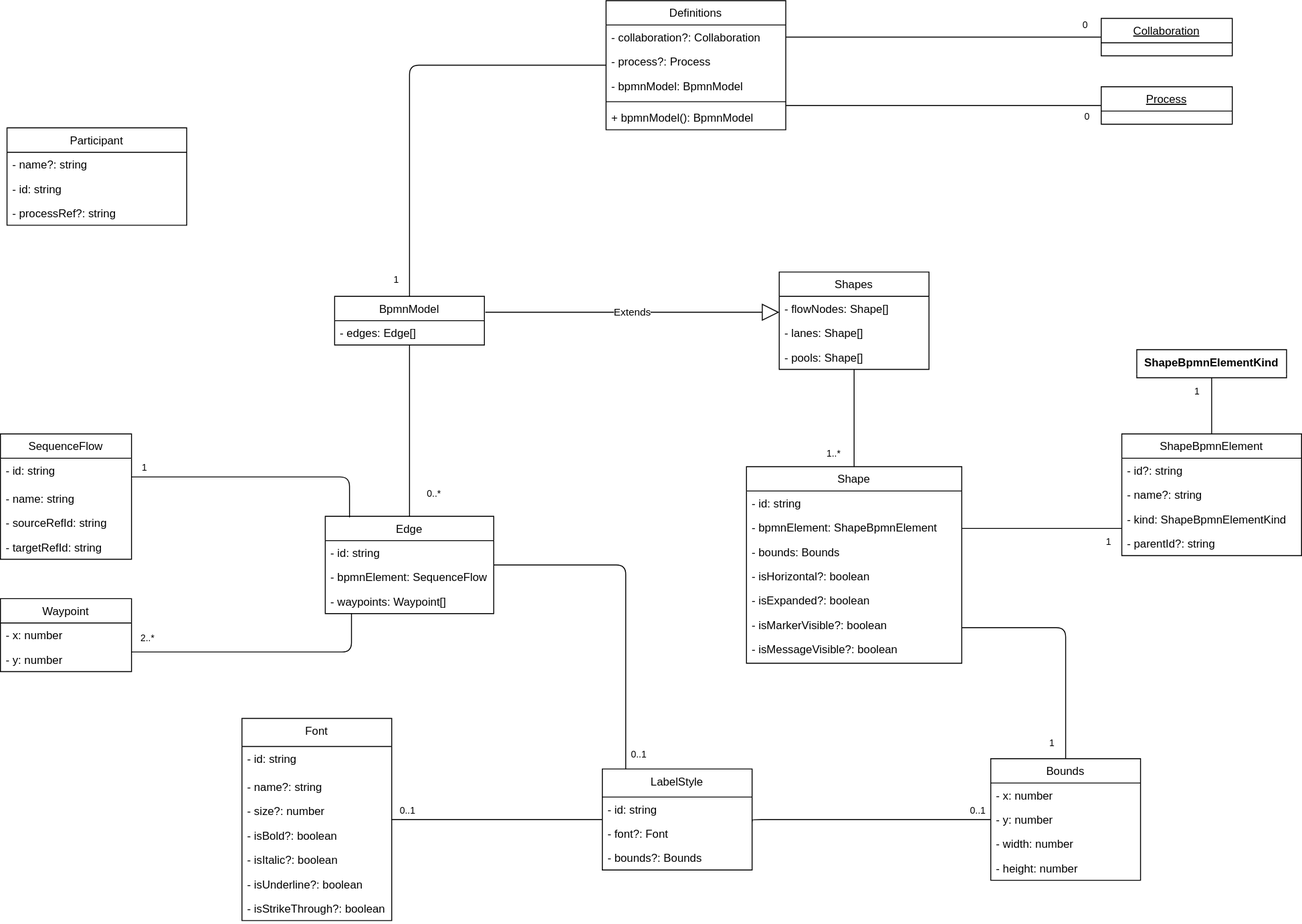
Before: docs/architecture/images/architecture/internal-model.svg, a diagram exported from draw.io (process-analytics/bpmn-visualization-js). Source tidied: cells renumbered, new cells last; positions are measured from the earlier drawing's top-left corner, leaving out a move shared by most shapes.
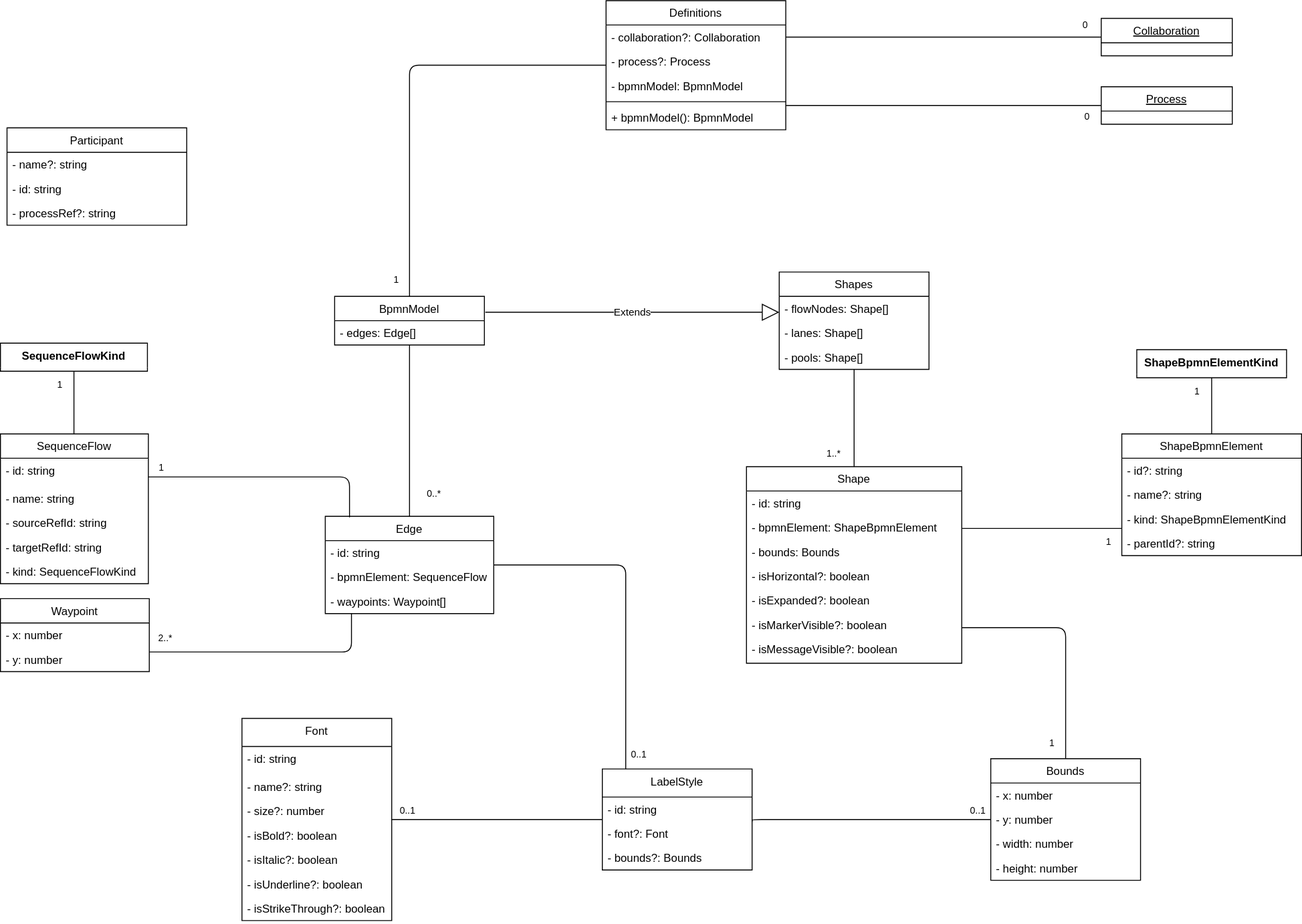
Later version of the same file.

Commit message:
[FEAT] Display Conditional Sequence flow (#257)

The edit, as a diff of the source:
```diff
@@ -235,29 +235,32 @@
       <mxGeometry y="190" width="160" height="26" as="geometry" />
     </mxCell>
     <mxCell id="59" value="Waypoint" style="swimlane;fontStyle=0;horizontal=1;startSize=26;fillColor=none;shadow=0;" parent="1" vertex="1">
-      <mxGeometry y="639" width="140" height="78" as="geometry" />
+      <mxGeometry y="639" width="159" height="78" as="geometry" />
     </mxCell>
     <mxCell id="60" value="- x: number" style="text;strokeColor=none;fillColor=none;align=left;verticalAlign=top;spacingLeft=4;spacingRight=4;overflow=hidden;shadow=0;" parent="59" vertex="1">
-      <mxGeometry y="26" width="140" height="26" as="geometry" />
+      <mxGeometry y="26" width="159" height="26" as="geometry" />
     </mxCell>
     <mxCell id="61" value="- y: number" style="text;strokeColor=none;fillColor=none;align=left;verticalAlign=top;spacingLeft=4;spacingRight=4;overflow=hidden;shadow=0;" parent="59" vertex="1">
-      <mxGeometry y="52" width="140" height="26" as="geometry" />
+      <mxGeometry y="52" width="159" height="26" as="geometry" />
     </mxCell>
     <mxCell id="62" value="SequenceFlow" style="swimlane;fontStyle=0;horizontal=1;startSize=26;fillColor=none;shadow=0;" parent="1" vertex="1">
-      <mxGeometry y="463" width="140" height="134" as="geometry" />
+      <mxGeometry y="463" width="158" height="160" as="geometry" />
     </mxCell>
     <mxCell id="63" value="- id: string" style="text;strokeColor=none;fillColor=none;align=left;verticalAlign=top;spacingLeft=4;spacingRight=4;overflow=hidden;shadow=0;" parent="62" vertex="1">
-      <mxGeometry y="26" width="140" height="30" as="geometry" />
+      <mxGeometry y="26" width="158" height="30" as="geometry" />
     </mxCell>
     <mxCell id="64" value="- name: string" style="text;strokeColor=none;fillColor=none;align=left;verticalAlign=top;spacingLeft=4;spacingRight=4;overflow=hidden;shadow=0;" parent="62" vertex="1">
-      <mxGeometry y="56" width="140" height="26" as="geometry" />
+      <mxGeometry y="56" width="158" height="26" as="geometry" />
     </mxCell>
     <mxCell id="65" value="- sourceRefId: string" style="text;strokeColor=none;fillColor=none;align=left;verticalAlign=top;spacingLeft=4;spacingRight=4;overflow=hidden;shadow=0;" parent="62" vertex="1">
-      <mxGeometry y="82" width="140" height="26" as="geometry" />
+      <mxGeometry y="82" width="158" height="26" as="geometry" />
     </mxCell>
     <mxCell id="66" value="- targetRefId: string" style="text;strokeColor=none;fillColor=none;align=left;verticalAlign=top;spacingLeft=4;spacingRight=4;overflow=hidden;shadow=0;" parent="62" vertex="1">
-      <mxGeometry y="108" width="140" height="26" as="geometry" />
+      <mxGeometry y="108" width="158" height="26" as="geometry" />
     </mxCell>
+    <mxCell id="91" value="- kind: SequenceFlowKind" style="text;strokeColor=none;fillColor=none;align=left;verticalAlign=top;spacingLeft=4;spacingRight=4;overflow=hidden;shadow=0;" parent="62" vertex="1">
+      <mxGeometry y="134" width="158" height="26" as="geometry" />
+    </mxCell>
     <mxCell id="67" value="ShapeBpmnElement" style="swimlane;fontStyle=0;horizontal=1;startSize=26;fillColor=none;shadow=0;" parent="1" vertex="1">
       <mxGeometry x="1198" y="463" width="192" height="130" as="geometry" />
     </mxCell>
@@ -330,5 +333,21 @@
     <mxCell id="90" value="Process" style="swimlane;fontStyle=4;horizontal=1;startSize=26;fillColor=none;shadow=0;" parent="1" vertex="1">
       <mxGeometry x="1176" y="92" width="140" height="40" as="geometry" />
     </mxCell>
+    <mxCell id="92" value="SequenceFlowKind" style="swimlane;fontStyle=1;horizontal=1;startSize=26;fillColor=none;swimlaneLine=0;rounded=0;shadow=0;comic=0;glass=0;" parent="1" vertex="1">
+      <mxGeometry y="366" width="157" height="30" as="geometry" />
+    </mxCell>
+    <mxCell id="93" style="endArrow=none;html=1;edgeStyle=orthogonalEdgeStyle;shadow=0;" parent="1" edge="1" source="92" target="62">
+      <mxGeometry relative="1" as="geometry">
+        <Array as="points">
+          <mxPoint x="79" y="430" />
+          <mxPoint x="79" y="430" />
+        </Array>
+      </mxGeometry>
+    </mxCell>
+    <mxCell id="94" value="1" style="html=1;align=left;verticalAlign=bottom;labelBackgroundColor=#ffffff;fontSize=10;shadow=0;" parent="93" vertex="1">
+      <mxGeometry x="-1" relative="1" as="geometry">
+        <mxPoint x="-20" y="22" as="offset" />
+      </mxGeometry>
+    </mxCell>
   </root>
 </mxGraphModel>
```
